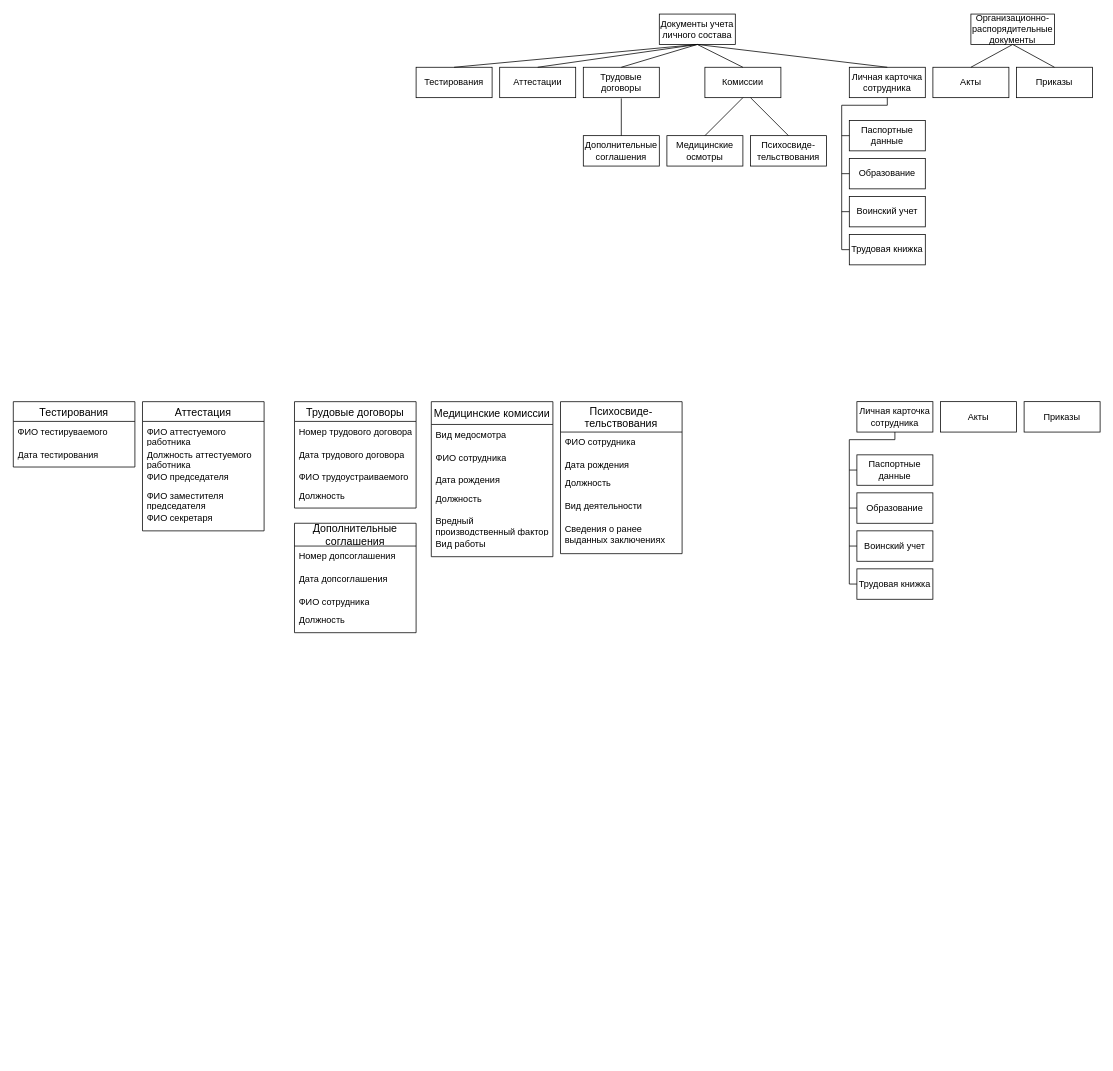
Earlier version of the draw.io diagram Сущностьсвязь.drawio (lyudmilareshetyuk/draw.io). Source tidied: cells renumbered, new cells numbered last; positions are measured from the earlier drawing's top-left corner, leaving out a move shared by most shapes. Both pictures are drawn from the tidied source at 76%, with x=0, y=0 at pixel (13, 14).
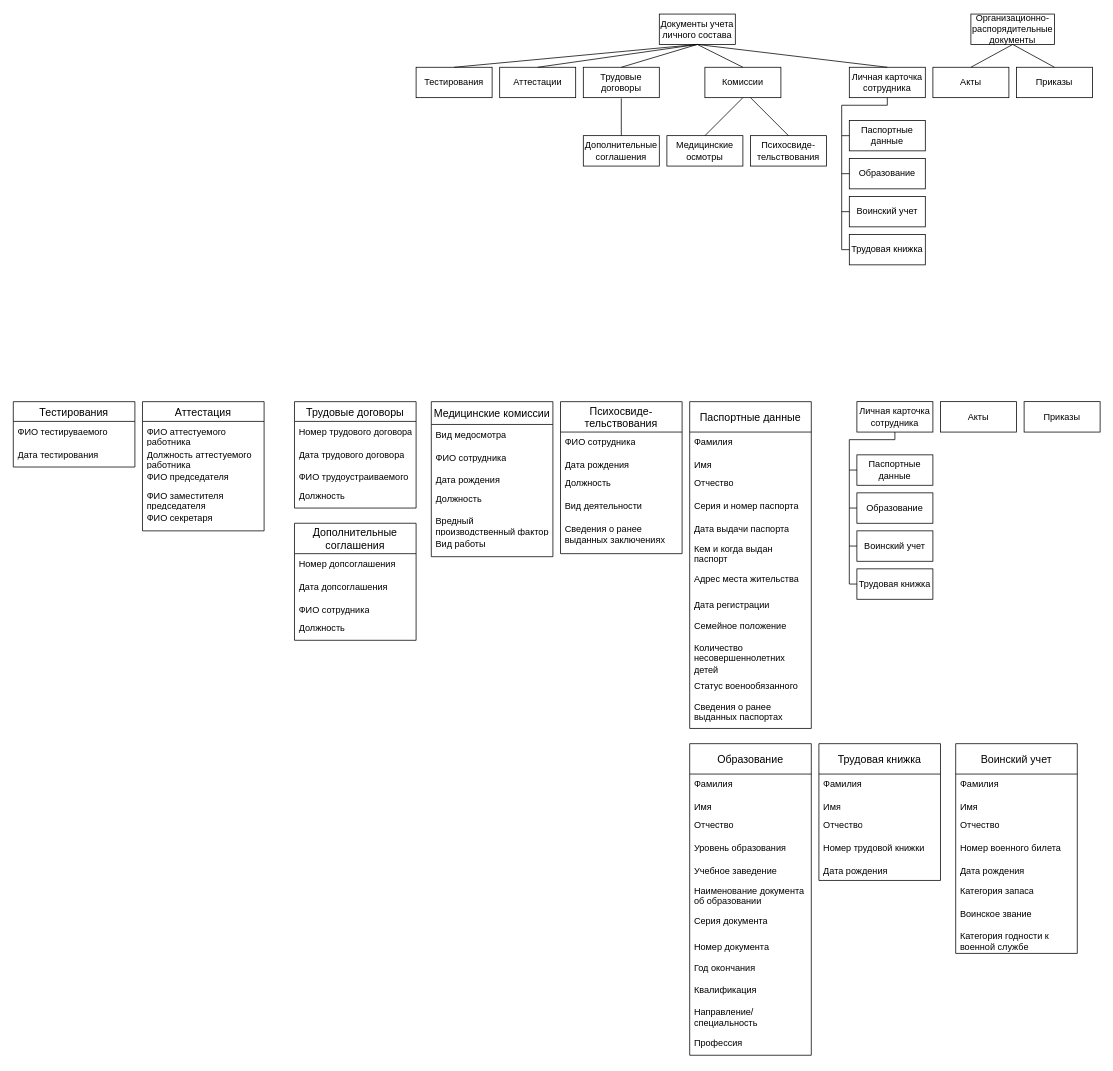
After the change.

What changed in the source:
```diff
@@
-    <mxCell id="63" value="Дополнительные&#10;соглашения" style="swimlane;fontStyle=0;horizontal=1;startSize=30;align=center;fontSize=14;" parent="1" vertex="1">
-      <mxGeometry x="370" y="670" width="160" height="144" as="geometry" />
+    <mxCell id="63" value="Дополнительные&#10;соглашения" style="swimlane;fontStyle=0;horizontal=1;startSize=40;align=center;fontSize=14;" parent="1" vertex="1">
+      <mxGeometry x="370" y="670" width="160" height="154" as="geometry" />
     </mxCell>
     <mxCell id="64" value="Номер допсоглашения" style="text;strokeColor=none;fillColor=none;spacingLeft=4;spacingRight=4;overflow=hidden;fontSize=12;whiteSpace=wrap;html=1;" parent="63" vertex="1">
-      <mxGeometry y="30" width="160" height="30" as="geometry" />
+      <mxGeometry y="40" width="160" height="30" as="geometry" />
     </mxCell>
     <mxCell id="65" value="Дата допсоглашения" style="text;strokeColor=none;fillColor=none;spacingLeft=4;spacingRight=4;overflow=hidden;fontSize=12;whiteSpace=wrap;html=1;" parent="63" vertex="1">
-      <mxGeometry y="60" width="160" height="30" as="geometry" />
+      <mxGeometry y="70" width="160" height="30" as="geometry" />
     </mxCell>
     <mxCell id="66" value="ФИО сотрудника" style="text;strokeColor=none;fillColor=none;spacingLeft=4;spacingRight=4;overflow=hidden;fontSize=12;whiteSpace=wrap;html=1;" parent="63" vertex="1">
-      <mxGeometry y="90" width="160" height="24" as="geometry" />
+      <mxGeometry y="100" width="160" height="24" as="geometry" />
     </mxCell>
     <mxCell id="67" value="Должность" style="text;strokeColor=none;fillColor=none;spacingLeft=4;spacingRight=4;overflow=hidden;fontSize=12;whiteSpace=wrap;html=1;" parent="63" vertex="1">
-      <mxGeometry y="114" width="160" height="30" as="geometry" />
+      <mxGeometry y="124" width="160" height="30" as="geometry" />
     </mxCell>
@@
+    <mxCell id="81" value="Паспортные данные" style="swimlane;fontStyle=0;horizontal=1;startSize=40;align=center;fontSize=14;" parent="1" vertex="1">
+      <mxGeometry x="890" y="510" width="160" height="430" as="geometry" />
+    </mxCell>
+    <mxCell id="82" value="Фамилия" style="text;strokeColor=none;fillColor=none;spacingLeft=4;spacingRight=4;overflow=hidden;fontSize=12;whiteSpace=wrap;html=1;" parent="81" vertex="1">
+      <mxGeometry y="40" width="160" height="30" as="geometry" />
+    </mxCell>
+    <mxCell id="83" value="Имя" style="text;strokeColor=none;fillColor=none;spacingLeft=4;spacingRight=4;overflow=hidden;fontSize=12;whiteSpace=wrap;html=1;" parent="81" vertex="1">
+      <mxGeometry y="70" width="160" height="24" as="geometry" />
+    </mxCell>
+    <mxCell id="84" value="Отчество" style="text;strokeColor=none;fillColor=none;spacingLeft=4;spacingRight=4;overflow=hidden;fontSize=12;whiteSpace=wrap;html=1;" parent="81" vertex="1">
+      <mxGeometry y="94" width="160" height="30" as="geometry" />
+    </mxCell>
+    <mxCell id="85" value="Серия и номер паспорта" style="text;strokeColor=none;fillColor=none;spacingLeft=4;spacingRight=4;overflow=hidden;fontSize=12;whiteSpace=wrap;html=1;" parent="81" vertex="1">
+      <mxGeometry y="124" width="160" height="30" as="geometry" />
+    </mxCell>
+    <mxCell id="86" value="Дата выдачи паспорта" style="text;strokeColor=none;fillColor=none;spacingLeft=4;spacingRight=4;overflow=hidden;fontSize=12;whiteSpace=wrap;html=1;" parent="81" vertex="1">
+      <mxGeometry y="154" width="160" height="26" as="geometry" />
+    </mxCell>
+    <mxCell id="87" value="Кем и когда выдан паспорт" style="text;strokeColor=none;fillColor=none;spacingLeft=4;spacingRight=4;overflow=hidden;fontSize=12;whiteSpace=wrap;html=1;" parent="81" vertex="1">
+      <mxGeometry y="180" width="160" height="40" as="geometry" />
+    </mxCell>
+    <mxCell id="88" value="Адрес места жительства" style="text;strokeColor=none;fillColor=none;spacingLeft=4;spacingRight=4;overflow=hidden;fontSize=12;whiteSpace=wrap;html=1;" parent="81" vertex="1">
+      <mxGeometry y="220" width="160" height="34" as="geometry" />
+    </mxCell>
+    <mxCell id="89" value="Дата регистрации" style="text;strokeColor=none;fillColor=none;spacingLeft=4;spacingRight=4;overflow=hidden;fontSize=12;whiteSpace=wrap;html=1;" parent="81" vertex="1">
+      <mxGeometry y="254" width="160" height="28" as="geometry" />
+    </mxCell>
+    <mxCell id="90" value="Семейное положение" style="text;strokeColor=none;fillColor=none;spacingLeft=4;spacingRight=4;overflow=hidden;fontSize=12;whiteSpace=wrap;html=1;" parent="81" vertex="1">
+      <mxGeometry y="282" width="160" height="28" as="geometry" />
+    </mxCell>
+    <mxCell id="91" value="Количество несовершеннолетних детей" style="text;strokeColor=none;fillColor=none;spacingLeft=4;spacingRight=4;overflow=hidden;fontSize=12;whiteSpace=wrap;html=1;" parent="81" vertex="1">
+      <mxGeometry y="310" width="160" height="50" as="geometry" />
+    </mxCell>
+    <mxCell id="92" value="Статус военообязанного" style="text;strokeColor=none;fillColor=none;spacingLeft=4;spacingRight=4;overflow=hidden;fontSize=12;whiteSpace=wrap;html=1;" parent="81" vertex="1">
+      <mxGeometry y="360" width="160" height="28" as="geometry" />
+    </mxCell>
+    <mxCell id="93" value="Сведения о ранее выданных паспортах" style="text;strokeColor=none;fillColor=none;spacingLeft=4;spacingRight=4;overflow=hidden;fontSize=12;whiteSpace=wrap;html=1;" parent="81" vertex="1">
+      <mxGeometry y="388" width="160" height="42" as="geometry" />
+    </mxCell>
+    <mxCell id="94" value="Образование" style="swimlane;fontStyle=0;horizontal=1;startSize=40;align=center;fontSize=14;" parent="1" vertex="1">
+      <mxGeometry x="890" y="960" width="160" height="410" as="geometry" />
+    </mxCell>
+    <mxCell id="95" value="Фамилия" style="text;strokeColor=none;fillColor=none;spacingLeft=4;spacingRight=4;overflow=hidden;fontSize=12;whiteSpace=wrap;html=1;" parent="94" vertex="1">
+      <mxGeometry y="40" width="160" height="30" as="geometry" />
+    </mxCell>
+    <mxCell id="96" value="Имя" style="text;strokeColor=none;fillColor=none;spacingLeft=4;spacingRight=4;overflow=hidden;fontSize=12;whiteSpace=wrap;html=1;" parent="94" vertex="1">
+      <mxGeometry y="70" width="160" height="24" as="geometry" />
+    </mxCell>
+    <mxCell id="97" value="Отчество" style="text;strokeColor=none;fillColor=none;spacingLeft=4;spacingRight=4;overflow=hidden;fontSize=12;whiteSpace=wrap;html=1;" parent="94" vertex="1">
+      <mxGeometry y="94" width="160" height="30" as="geometry" />
+    </mxCell>
+    <mxCell id="98" value="Уровень образования" style="text;strokeColor=none;fillColor=none;spacingLeft=4;spacingRight=4;overflow=hidden;fontSize=12;whiteSpace=wrap;html=1;" parent="94" vertex="1">
+      <mxGeometry y="124" width="160" height="30" as="geometry" />
+    </mxCell>
+    <mxCell id="99" value="Учебное заведение" style="text;strokeColor=none;fillColor=none;spacingLeft=4;spacingRight=4;overflow=hidden;fontSize=12;whiteSpace=wrap;html=1;" parent="94" vertex="1">
+      <mxGeometry y="154" width="160" height="26" as="geometry" />
+    </mxCell>
+    <mxCell id="100" value="Наименование документа об образовании" style="text;strokeColor=none;fillColor=none;spacingLeft=4;spacingRight=4;overflow=hidden;fontSize=12;whiteSpace=wrap;html=1;" parent="94" vertex="1">
+      <mxGeometry y="180" width="160" height="40" as="geometry" />
+    </mxCell>
+    <mxCell id="101" value="Серия документа" style="text;strokeColor=none;fillColor=none;spacingLeft=4;spacingRight=4;overflow=hidden;fontSize=12;whiteSpace=wrap;html=1;" parent="94" vertex="1">
+      <mxGeometry y="220" width="160" height="34" as="geometry" />
+    </mxCell>
+    <mxCell id="102" value="Номер документа" style="text;strokeColor=none;fillColor=none;spacingLeft=4;spacingRight=4;overflow=hidden;fontSize=12;whiteSpace=wrap;html=1;" parent="94" vertex="1">
+      <mxGeometry y="254" width="160" height="28" as="geometry" />
+    </mxCell>
+    <mxCell id="103" value="Год окончания" style="text;strokeColor=none;fillColor=none;spacingLeft=4;spacingRight=4;overflow=hidden;fontSize=12;whiteSpace=wrap;html=1;" parent="94" vertex="1">
+      <mxGeometry y="282" width="160" height="28" as="geometry" />
+    </mxCell>
+    <mxCell id="104" value="Квалификация" style="text;strokeColor=none;fillColor=none;spacingLeft=4;spacingRight=4;overflow=hidden;fontSize=12;whiteSpace=wrap;html=1;" parent="94" vertex="1">
+      <mxGeometry y="310" width="160" height="30" as="geometry" />
+    </mxCell>
+    <mxCell id="105" value="Направление/специальность" style="text;strokeColor=none;fillColor=none;spacingLeft=4;spacingRight=4;overflow=hidden;fontSize=12;whiteSpace=wrap;html=1;" parent="94" vertex="1">
+      <mxGeometry y="340" width="160" height="40" as="geometry" />
+    </mxCell>
+    <mxCell id="106" value="Профессия" style="text;strokeColor=none;fillColor=none;spacingLeft=4;spacingRight=4;overflow=hidden;fontSize=12;whiteSpace=wrap;html=1;" parent="94" vertex="1">
+      <mxGeometry y="380" width="160" height="30" as="geometry" />
+    </mxCell>
+    <mxCell id="107" value="Трудовая книжка" style="swimlane;fontStyle=0;horizontal=1;startSize=40;align=center;fontSize=14;" parent="1" vertex="1">
+      <mxGeometry x="1060" y="960" width="160" height="180" as="geometry" />
+    </mxCell>
+    <mxCell id="108" value="Фамилия" style="text;strokeColor=none;fillColor=none;spacingLeft=4;spacingRight=4;overflow=hidden;fontSize=12;whiteSpace=wrap;html=1;" parent="107" vertex="1">
+      <mxGeometry y="40" width="160" height="30" as="geometry" />
+    </mxCell>
+    <mxCell id="109" value="Имя" style="text;strokeColor=none;fillColor=none;spacingLeft=4;spacingRight=4;overflow=hidden;fontSize=12;whiteSpace=wrap;html=1;" parent="107" vertex="1">
+      <mxGeometry y="70" width="160" height="24" as="geometry" />
+    </mxCell>
+    <mxCell id="110" value="Отчество" style="text;strokeColor=none;fillColor=none;spacingLeft=4;spacingRight=4;overflow=hidden;fontSize=12;whiteSpace=wrap;html=1;" parent="107" vertex="1">
+      <mxGeometry y="94" width="160" height="30" as="geometry" />
+    </mxCell>
+    <mxCell id="111" value="Номер трудовой книжки" style="text;strokeColor=none;fillColor=none;spacingLeft=4;spacingRight=4;overflow=hidden;fontSize=12;whiteSpace=wrap;html=1;" parent="107" vertex="1">
+      <mxGeometry y="124" width="160" height="30" as="geometry" />
+    </mxCell>
+    <mxCell id="112" value="Дата рождения" style="text;strokeColor=none;fillColor=none;spacingLeft=4;spacingRight=4;overflow=hidden;fontSize=12;whiteSpace=wrap;html=1;" parent="107" vertex="1">
+      <mxGeometry y="154" width="160" height="26" as="geometry" />
+    </mxCell>
+    <mxCell id="113" value="Воинский учет" style="swimlane;fontStyle=0;horizontal=1;startSize=40;align=center;fontSize=14;" parent="1" vertex="1">
+      <mxGeometry x="1240" y="960" width="160" height="276" as="geometry" />
+    </mxCell>
+    <mxCell id="114" value="Фамилия" style="text;strokeColor=none;fillColor=none;spacingLeft=4;spacingRight=4;overflow=hidden;fontSize=12;whiteSpace=wrap;html=1;" parent="113" vertex="1">
+      <mxGeometry y="40" width="160" height="30" as="geometry" />
+    </mxCell>
+    <mxCell id="115" value="Имя" style="text;strokeColor=none;fillColor=none;spacingLeft=4;spacingRight=4;overflow=hidden;fontSize=12;whiteSpace=wrap;html=1;" parent="113" vertex="1">
+      <mxGeometry y="70" width="160" height="24" as="geometry" />
+    </mxCell>
+    <mxCell id="116" value="Отчество" style="text;strokeColor=none;fillColor=none;spacingLeft=4;spacingRight=4;overflow=hidden;fontSize=12;whiteSpace=wrap;html=1;" parent="113" vertex="1">
+      <mxGeometry y="94" width="160" height="30" as="geometry" />
+    </mxCell>
+    <mxCell id="117" value="Номер военного билета" style="text;strokeColor=none;fillColor=none;spacingLeft=4;spacingRight=4;overflow=hidden;fontSize=12;whiteSpace=wrap;html=1;" parent="113" vertex="1">
+      <mxGeometry y="124" width="160" height="30" as="geometry" />
+    </mxCell>
+    <mxCell id="118" value="Дата рождения" style="text;strokeColor=none;fillColor=none;spacingLeft=4;spacingRight=4;overflow=hidden;fontSize=12;whiteSpace=wrap;html=1;" parent="113" vertex="1">
+      <mxGeometry y="154" width="160" height="26" as="geometry" />
+    </mxCell>
+    <mxCell id="119" value="Категория запаса" style="text;strokeColor=none;fillColor=none;spacingLeft=4;spacingRight=4;overflow=hidden;fontSize=12;whiteSpace=wrap;html=1;" parent="113" vertex="1">
+      <mxGeometry y="180" width="160" height="30" as="geometry" />
+    </mxCell>
+    <mxCell id="120" value="Воинское звание" style="text;strokeColor=none;fillColor=none;spacingLeft=4;spacingRight=4;overflow=hidden;fontSize=12;whiteSpace=wrap;html=1;" parent="113" vertex="1">
+      <mxGeometry y="210" width="160" height="30" as="geometry" />
+    </mxCell>
+    <mxCell id="121" value="Категория годности к военной службе" style="text;strokeColor=none;fillColor=none;spacingLeft=4;spacingRight=4;overflow=hidden;fontSize=12;whiteSpace=wrap;html=1;" parent="113" vertex="1">
+      <mxGeometry y="240" width="160" height="36" as="geometry" />
+    </mxCell>
```
